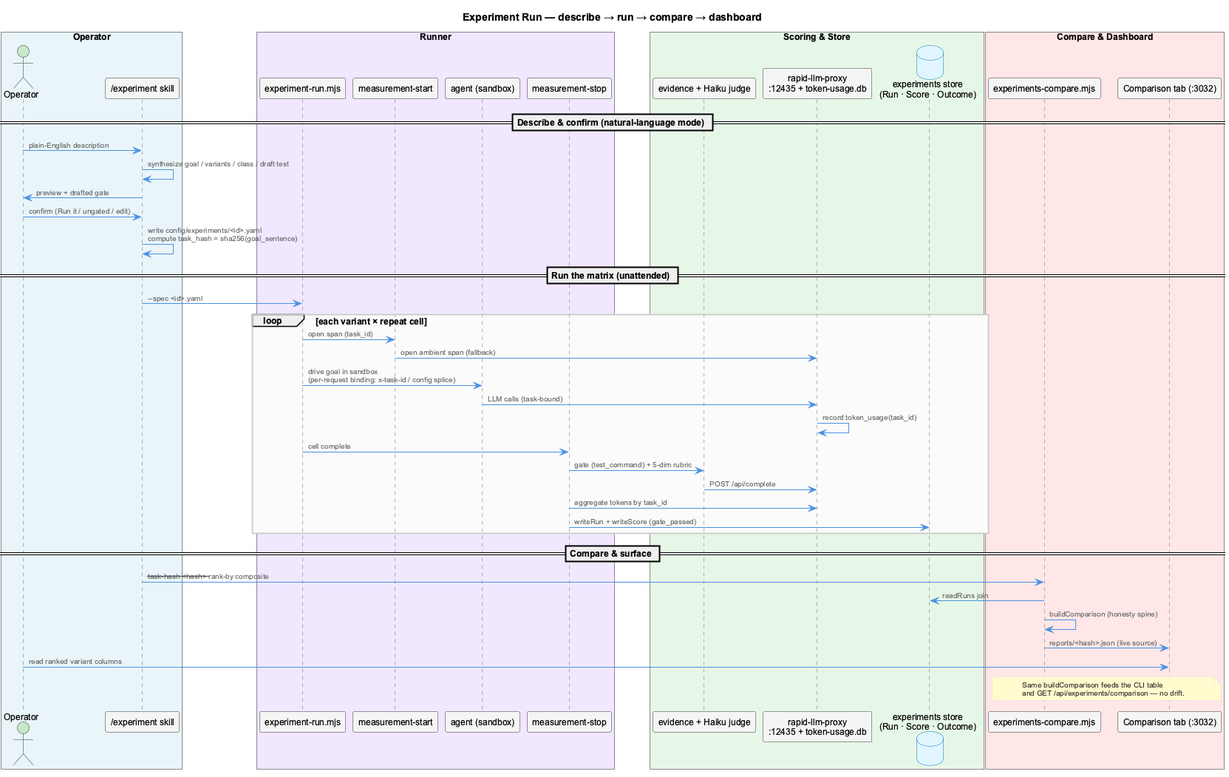
Earlier version of the PlantUML export docs-content/images/experiment-run-sequence.png (fwornle/coding).
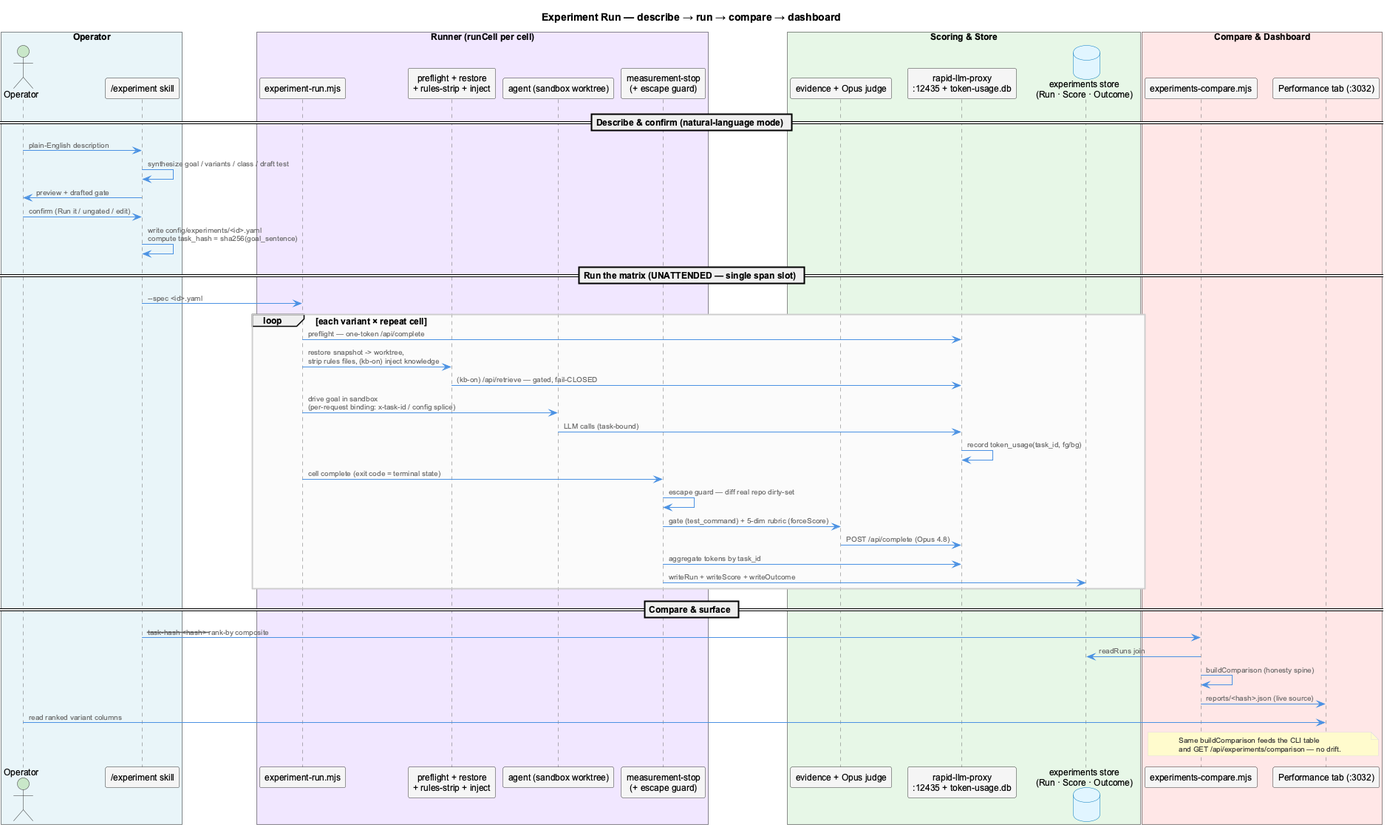
After the change.

Diff of the diagram source:
```diff
@@ -8,22 +8,22 @@
     participant "/experiment skill" as skill
 end box
 
-box "Runner" #F0E6FF
+box "Runner (runCell per cell)" #F0E6FF
     participant "experiment-run.mjs" as runner
-    participant "measurement-start" as mstart
-    participant "agent (sandbox)" as agent
-    participant "measurement-stop" as mstop
+    participant "preflight + restore\n+ rules-strip + inject" as prep
+    participant "agent (sandbox worktree)" as agent
+    participant "measurement-stop\n(+ escape guard)" as mstop
 end box
 
 box "Scoring & Store" #E6F7E6
-    participant "evidence + Haiku judge" as judge
+    participant "evidence + Opus judge" as judge
     participant "rapid-llm-proxy\n:12435 + token-usage.db" as proxy
     database "experiments store\n(Run · Score · Outcome)" as store
 end box
 
 box "Compare & Dashboard" #FFE6E6
     participant "experiments-compare.mjs" as compare
-    participant "Comparison tab (:3032)" as dash
+    participant "Performance tab (:3032)" as dash
 end box
 
 == Describe & confirm (natural-language mode) ==
@@ -33,19 +33,21 @@
 op -> skill: confirm (Run it / ungated / edit)
 skill -> skill: write config/experiments/<id>.yaml\ncompute task_hash = sha256(goal_sentence)
 
-== Run the matrix (unattended) ==
+== Run the matrix (UNATTENDED — single span slot) ==
 skill -> runner: --spec <id>.yaml
 loop each variant × repeat cell
-    runner -> mstart: open span (task_id)
-    mstart -> proxy: open ambient span (fallback)
+    runner -> proxy: preflight — one-token /api/complete
+    runner -> prep: restore snapshot -> worktree,\nstrip rules files, (kb-on) inject knowledge
+    prep -> proxy: (kb-on) /api/retrieve — gated, fail-CLOSED
     runner -> agent: drive goal in sandbox\n(per-request binding: x-task-id / config splice)
     agent -> proxy: LLM calls (task-bound)
-    proxy -> proxy: record token_usage(task_id)
-    runner -> mstop: cell complete
-    mstop -> judge: gate (test_command) + 5-dim rubric
-    judge -> proxy: POST /api/complete
+    proxy -> proxy: record token_usage(task_id, fg/bg)
+    runner -> mstop: cell complete (exit code = terminal state)
+    mstop -> mstop: escape guard — diff real repo dirty-set
+    mstop -> judge: gate (test_command) + 5-dim rubric (forceScore)
+    judge -> proxy: POST /api/complete (Opus 4.8)
     mstop -> proxy: aggregate tokens by task_id
-    mstop -> store: writeRun + writeScore (gate_passed)
+    mstop -> store: writeRun + writeScore + writeOutcome
 end
 
 == Compare & surface ==
```
